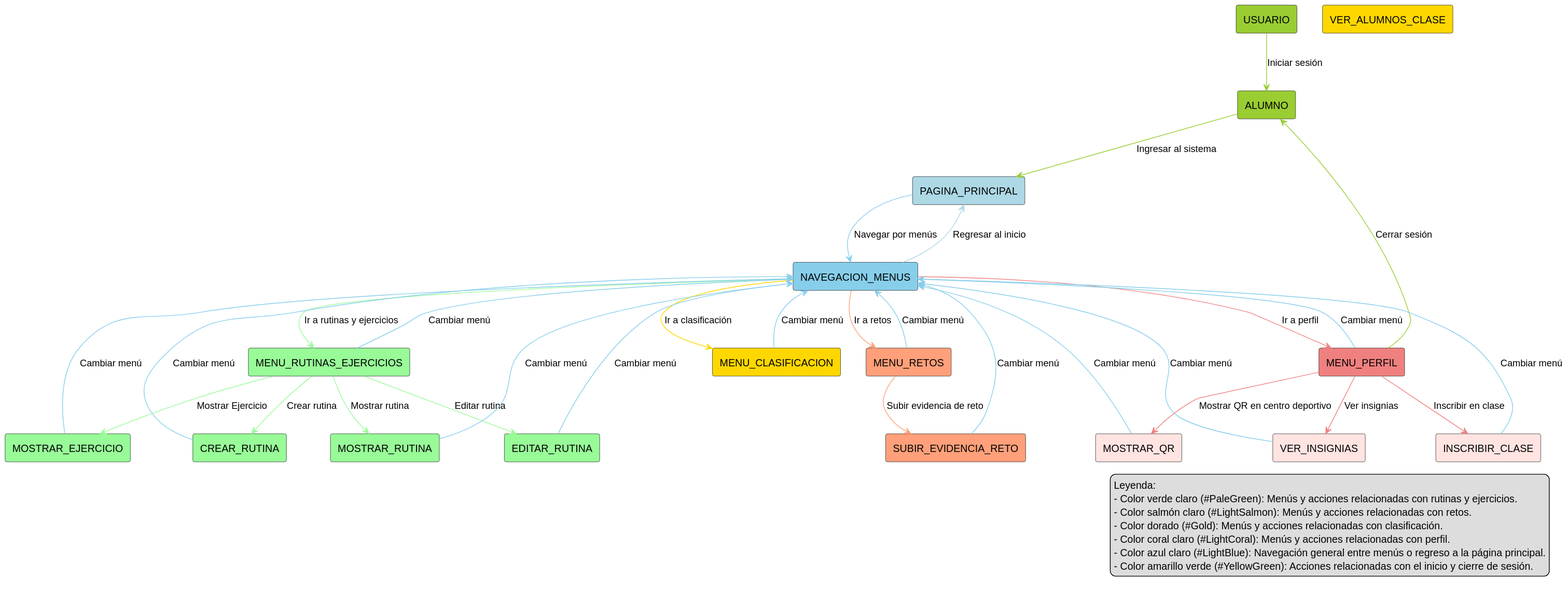
The PlantUML diagram Documentos/Imagenes/DiagramasContexto/AlumnoContexto.svg in mmasias/24-25-IdSw1-SDR, before a commit.
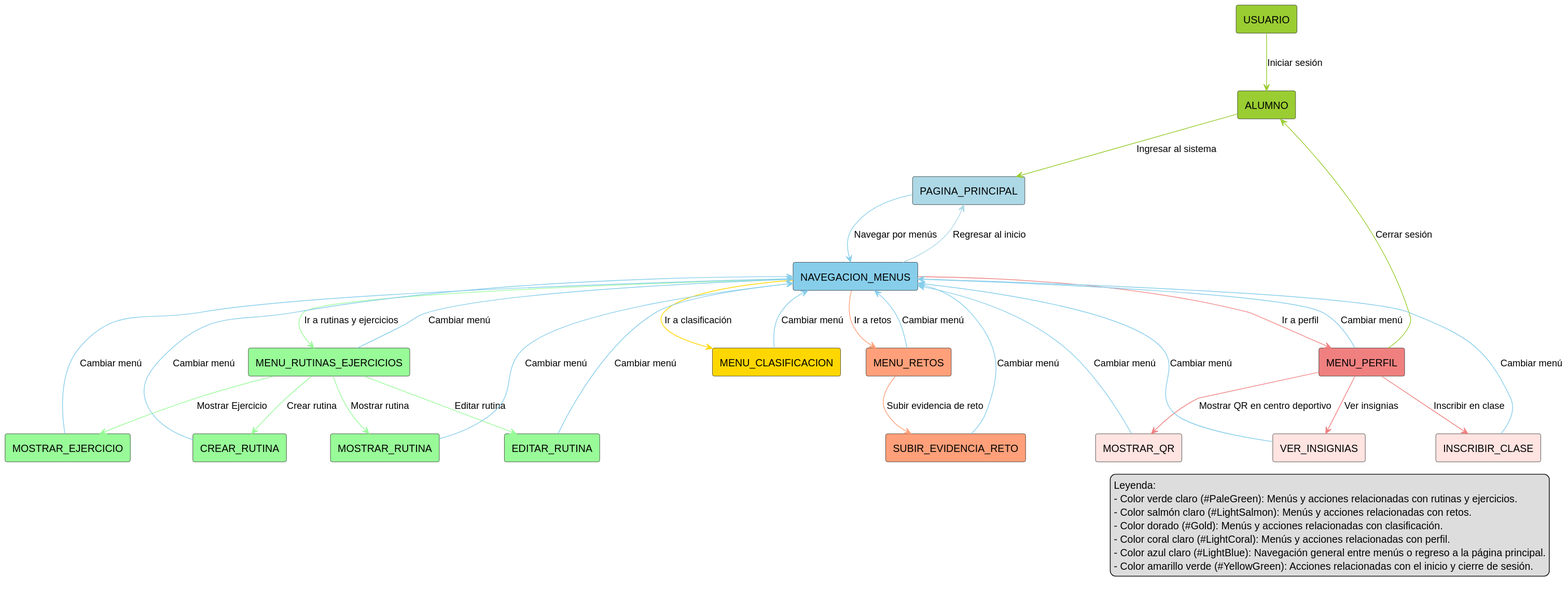
After the change.

Diff of the diagram source:
```diff
@@ -19,7 +19,6 @@
 RECTANGLE(MOSTRAR_RUTINA, PaleGreen)
 RECTANGLE(MOSTRAR_EJERCICIO, PaleGreen)
 RECTANGLE(SUBIR_EVIDENCIA_RETO, LightSalmon)
-RECTANGLE(VER_ALUMNOS_CLASE, Gold)
 
 USUARIO -[#YellowGreen]-> ALUMNO: Iniciar sesión
 ALUMNO -[#YellowGreen]-> PAGINA_PRINCIPAL : Ingresar al sistema
```
